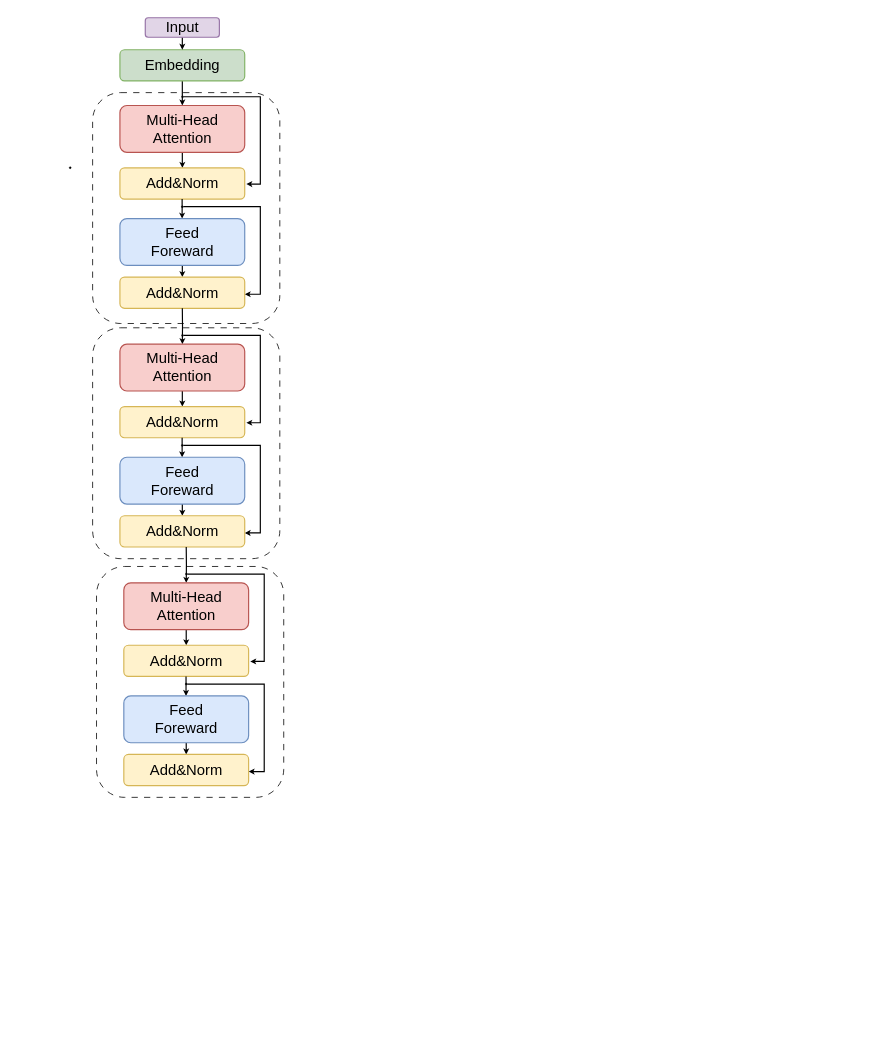
Above: trans.drawio in paprika0741/Plot (draw.io), before the change. Source tidied: cells renumbered, new cells numbered last; positions are measured from the earlier drawing's top-left corner, leaving out a move shared by most shapes. Both pictures are drawn from the tidied source at 39%, with x=0, y=0 at pixel (7, 7).
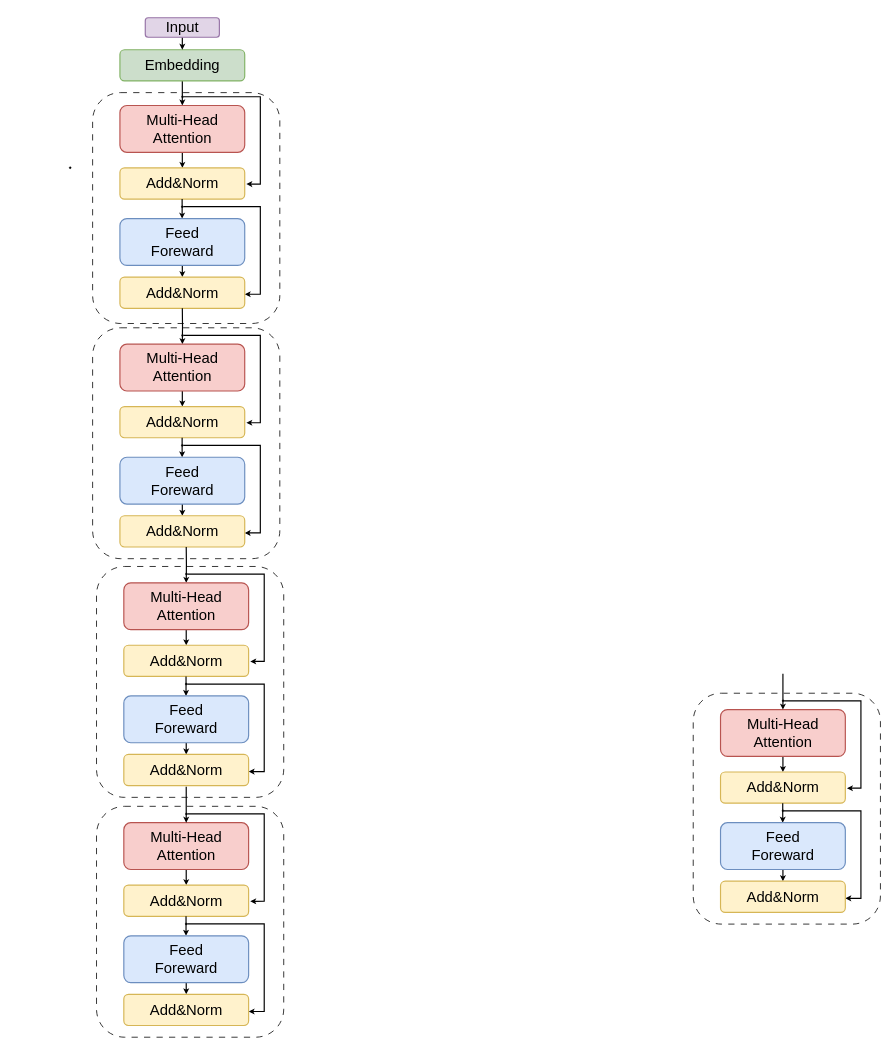
The same diagram, later.

Diff of the diagram source:
```diff
@@
+    <mxCell id="35" style="edgeStyle=orthogonalEdgeStyle;rounded=0;jettySize=auto;html=1;strokeWidth=3;" parent="1" edge="1" target="37">
+      <mxGeometry relative="1" as="geometry">
+        <mxPoint x="460" y="1385" as="sourcePoint" />
+      </mxGeometry>
+    </mxCell>
+    <mxCell id="48" style="rounded=1;whiteSpace=wrap;html=1;fillColor=none;strokeWidth=2;dashed=1;dashPattern=8 8;" parent="1" vertex="1">
+      <mxGeometry x="220" y="220" width="480" height="592" as="geometry" />
+    </mxCell>
+    <mxCell id="49" style="group;" parent="1" vertex="1">
+      <mxGeometry x="230" y="1435" width="480" height="592" as="geometry" />
+    </mxCell>
-    <mxCell id="34" style="rounded=1;whiteSpace=wrap;html=1;fillColor=none;strokeWidth=2;dashed=1;dashPattern=8 8;" parent="1" vertex="1">
-      <mxGeometry x="230" y="1435" width="480" height="592" as="geometry" />
+    <mxCell id="34" style="rounded=1;whiteSpace=wrap;html=1;fillColor=none;strokeWidth=2;dashed=1;dashPattern=8 8;" parent="49" vertex="1">
+      <mxGeometry width="480" height="592" as="geometry" />
     </mxCell>
-    <mxCell id="35" style="edgeStyle=orthogonalEdgeStyle;rounded=0;jettySize=auto;html=1;strokeWidth=3;" parent="1" edge="1" target="37">
-      <mxGeometry relative="1" as="geometry">
-        <mxPoint x="460" y="1385" as="sourcePoint" />
-      </mxGeometry>
-    </mxCell>
-    <mxCell id="36" style="edgeStyle=orthogonalEdgeStyle;rounded=0;jettySize=auto;html=1;strokeWidth=3;" parent="1" edge="1" source="37" target="38">
+    <mxCell id="36" style="edgeStyle=orthogonalEdgeStyle;rounded=0;jettySize=auto;html=1;strokeWidth=3;" parent="49" edge="1" source="37" target="38">
       <mxGeometry relative="1" as="geometry" />
     </mxCell>
-    <mxCell id="37" value="&lt;div&gt;&lt;font style=&quot;font-size: 38px;&quot;&gt;&lt;br&gt;&lt;/font&gt;&lt;/div&gt;&lt;font style=&quot;font-size: 38px;&quot;&gt;Multi-Head&lt;/font&gt;&lt;div&gt;&lt;span style=&quot;font-size: 38px;&quot;&gt;Attention&lt;br&gt;&lt;/span&gt;&lt;div&gt;&lt;font style=&quot;font-size: 38px;&quot;&gt;&lt;br&gt;&lt;/font&gt;&lt;/div&gt;&lt;/div&gt;" style="rounded=1;whiteSpace=wrap;html=1;fillColor=#f8cecc;strokeColor=#b85450;strokeWidth=3;" parent="1" vertex="1">
-      <mxGeometry x="300" y="1477" width="320" height="120" as="geometry" />
+    <mxCell id="37" value="&lt;div&gt;&lt;font style=&quot;font-size: 38px;&quot;&gt;&lt;br&gt;&lt;/font&gt;&lt;/div&gt;&lt;font style=&quot;font-size: 38px;&quot;&gt;Multi-Head&lt;/font&gt;&lt;div&gt;&lt;span style=&quot;font-size: 38px;&quot;&gt;Attention&lt;br&gt;&lt;/span&gt;&lt;div&gt;&lt;font style=&quot;font-size: 38px;&quot;&gt;&lt;br&gt;&lt;/font&gt;&lt;/div&gt;&lt;/div&gt;" style="rounded=1;whiteSpace=wrap;html=1;fillColor=#f8cecc;strokeColor=#b85450;strokeWidth=3;" parent="49" vertex="1">
+      <mxGeometry x="70" y="42" width="320" height="120" as="geometry" />
     </mxCell>
-    <mxCell id="38" value="&lt;font style=&quot;font-size: 38px;&quot;&gt;Add&amp;amp;Norm&lt;/font&gt;" style="rounded=1;whiteSpace=wrap;html=1;fillColor=#fff2cc;strokeColor=#d6b656;strokeWidth=3;" parent="1" vertex="1">
-      <mxGeometry x="300" y="1637" width="320" height="80" as="geometry" />
+    <mxCell id="38" value="&lt;font style=&quot;font-size: 38px;&quot;&gt;Add&amp;amp;Norm&lt;/font&gt;" style="rounded=1;whiteSpace=wrap;html=1;fillColor=#fff2cc;strokeColor=#d6b656;strokeWidth=3;" parent="49" vertex="1">
+      <mxGeometry x="70" y="202" width="320" height="80" as="geometry" />
     </mxCell>
-    <mxCell id="39" style="ellipse;whiteSpace=wrap;html=1;fillColor=#000000;" parent="1" vertex="1">
-      <mxGeometry x="458" y="1452" width="5" height="5" as="geometry" />
+    <mxCell id="39" style="ellipse;whiteSpace=wrap;html=1;fillColor=#000000;" parent="49" vertex="1">
+      <mxGeometry x="228" y="17" width="5" height="5" as="geometry" />
     </mxCell>
-    <mxCell id="40" style="edgeStyle=orthogonalEdgeStyle;rounded=0;jettySize=auto;html=1;exitX=1;exitY=0.5;exitDx=0;exitDy=0;entryX=1.013;entryY=0.519;entryDx=0;entryDy=0;entryPerimeter=0;strokeWidth=3;" parent="1" edge="1" source="39" target="38">
+    <mxCell id="40" style="edgeStyle=orthogonalEdgeStyle;rounded=0;jettySize=auto;html=1;exitX=1;exitY=0.5;exitDx=0;exitDy=0;entryX=1.013;entryY=0.519;entryDx=0;entryDy=0;entryPerimeter=0;strokeWidth=3;" parent="49" edge="1" source="39" target="38">
       <mxGeometry relative="1" as="geometry">
         <Array as="points">
-          <mxPoint x="660" y="1455" />
-          <mxPoint x="660" y="1679" />
+          <mxPoint x="430" y="20" />
+          <mxPoint x="430" y="244" />
         </Array>
       </mxGeometry>
     </mxCell>
-    <mxCell id="41" style="edgeStyle=orthogonalEdgeStyle;rounded=0;jettySize=auto;html=1;strokeWidth=3;" parent="1" edge="1" target="43">
+    <mxCell id="41" style="edgeStyle=orthogonalEdgeStyle;rounded=0;jettySize=auto;html=1;strokeWidth=3;" parent="49" edge="1" target="43">
       <mxGeometry relative="1" as="geometry">
-        <mxPoint x="459.5" y="1717" as="sourcePoint" />
+        <mxPoint x="229.5" y="282" as="sourcePoint" />
         <Array as="points">
-          <mxPoint x="460" y="1717" />
+          <mxPoint x="230" y="282" />
         </Array>
       </mxGeometry>
     </mxCell>
-    <mxCell id="42" style="edgeStyle=orthogonalEdgeStyle;rounded=0;jettySize=auto;html=1;strokeWidth=3;" parent="1" edge="1" source="43" target="46">
+    <mxCell id="42" style="edgeStyle=orthogonalEdgeStyle;rounded=0;jettySize=auto;html=1;strokeWidth=3;" parent="49" edge="1" source="43" target="46">
       <mxGeometry relative="1" as="geometry" />
     </mxCell>
-    <mxCell id="43" value="&lt;div&gt;&lt;font style=&quot;font-size: 38px;&quot;&gt;&lt;br&gt;&lt;/font&gt;&lt;/div&gt;&lt;font style=&quot;font-size: 38px;&quot;&gt;Feed&lt;/font&gt;&lt;div&gt;&lt;span style=&quot;font-size: 38px;&quot;&gt;Foreward&lt;br&gt;&lt;/span&gt;&lt;div&gt;&lt;font style=&quot;font-size: 38px;&quot;&gt;&lt;br&gt;&lt;/font&gt;&lt;/div&gt;&lt;/div&gt;" style="rounded=1;whiteSpace=wrap;html=1;fillColor=#dae8fc;strokeColor=#6c8ebf;strokeWidth=3;points=[[0,0,0,0,0],[0,0.25,0,0,0],[0,0.5,0,0,0],[0,0.75,0,0,0],[0,1,0,0,0],[0.25,0,0,0,0],[0.25,1,0,0,0],[0.5,0,0,0,0],[0.5,1,0,0,0],[0.75,0,0,0,0],[0.75,1,0,0,0],[1,0,0,0,0],[1,0.25,0,0,0],[1,0.5,0,0,0],[1,0.75,0,0,0],[1,1,0,0,0]];" parent="1" vertex="1">
-      <mxGeometry x="300" y="1767" width="320" height="120" as="geometry" />
+    <mxCell id="43" value="&lt;div&gt;&lt;font style=&quot;font-size: 38px;&quot;&gt;&lt;br&gt;&lt;/font&gt;&lt;/div&gt;&lt;font style=&quot;font-size: 38px;&quot;&gt;Feed&lt;/font&gt;&lt;div&gt;&lt;span style=&quot;font-size: 38px;&quot;&gt;Foreward&lt;br&gt;&lt;/span&gt;&lt;div&gt;&lt;font style=&quot;font-size: 38px;&quot;&gt;&lt;br&gt;&lt;/font&gt;&lt;/div&gt;&lt;/div&gt;" style="rounded=1;whiteSpace=wrap;html=1;fillColor=#dae8fc;strokeColor=#6c8ebf;strokeWidth=3;points=[[0,0,0,0,0],[0,0.25,0,0,0],[0,0.5,0,0,0],[0,0.75,0,0,0],[0,1,0,0,0],[0.25,0,0,0,0],[0.25,1,0,0,0],[0.5,0,0,0,0],[0.5,1,0,0,0],[0.75,0,0,0,0],[0.75,1,0,0,0],[1,0,0,0,0],[1,0.25,0,0,0],[1,0.5,0,0,0],[1,0.75,0,0,0],[1,1,0,0,0]];" parent="49" vertex="1">
+      <mxGeometry x="70" y="332" width="320" height="120" as="geometry" />
     </mxCell>
-    <mxCell id="44" style="ellipse;whiteSpace=wrap;html=1;fillColor=#000000;" parent="1" vertex="1">
-      <mxGeometry x="457.5" y="1734" width="5" height="5" as="geometry" />
+    <mxCell id="44" style="ellipse;whiteSpace=wrap;html=1;fillColor=#000000;" parent="49" vertex="1">
+      <mxGeometry x="227.5" y="299" width="5" height="5" as="geometry" />
     </mxCell>
-    <mxCell id="45" style="edgeStyle=orthogonalEdgeStyle;rounded=0;jettySize=auto;html=1;exitX=1;exitY=0.5;exitDx=0;exitDy=0;strokeWidth=3;" parent="1" edge="1" source="44" target="46">
+    <mxCell id="45" style="edgeStyle=orthogonalEdgeStyle;rounded=0;jettySize=auto;html=1;exitX=1;exitY=0.5;exitDx=0;exitDy=0;strokeWidth=3;" parent="49" edge="1" source="44" target="46">
       <mxGeometry relative="1" as="geometry">
         <Array as="points">
-          <mxPoint x="660" y="1737" />
-          <mxPoint x="660" y="1961" />
+          <mxPoint x="430" y="302" />
+          <mxPoint x="430" y="526" />
         </Array>
       </mxGeometry>
     </mxCell>
-    <mxCell id="46" value="&lt;font style=&quot;font-size: 38px;&quot;&gt;Add&amp;amp;Norm&lt;/font&gt;" style="rounded=1;whiteSpace=wrap;html=1;fillColor=#fff2cc;strokeColor=#d6b656;strokeWidth=3;" parent="1" vertex="1">
-      <mxGeometry x="300" y="1917" width="320" height="80" as="geometry" />
+    <mxCell id="46" value="&lt;font style=&quot;font-size: 38px;&quot;&gt;Add&amp;amp;Norm&lt;/font&gt;" style="rounded=1;whiteSpace=wrap;html=1;fillColor=#fff2cc;strokeColor=#d6b656;strokeWidth=3;" parent="49" vertex="1">
+      <mxGeometry x="70" y="482" width="320" height="80" as="geometry" />
     </mxCell>
-    <mxCell id="47" style="edgeStyle=orthogonalEdgeStyle;rounded=0;orthogonalLoop=1;jettySize=auto;html=1;exitX=0.5;exitY=1;exitDx=0;exitDy=0;" parent="1" edge="1" source="43" target="43">
+    <mxCell id="47" style="edgeStyle=orthogonalEdgeStyle;rounded=0;orthogonalLoop=1;jettySize=auto;html=1;exitX=0.5;exitY=1;exitDx=0;exitDy=0;" parent="49" edge="1" source="43" target="43">
       <mxGeometry relative="1" as="geometry" />
     </mxCell>
-    <mxCell id="48" style="rounded=1;whiteSpace=wrap;html=1;fillColor=none;strokeWidth=2;dashed=1;dashPattern=8 8;" parent="1" vertex="1">
-      <mxGeometry x="220" y="220" width="480" height="592" as="geometry" />
-    </mxCell>
+    <mxCell id="50" style="group;" parent="1" vertex="1">
+      <mxGeometry x="1760" y="1710" width="480" height="642" as="geometry" />
+    </mxCell>
+    <mxCell id="51" style="group;" parent="50" vertex="1">
+      <mxGeometry y="50" width="480" height="592" as="geometry" />
+    </mxCell>
+    <mxCell id="52" style="rounded=1;whiteSpace=wrap;html=1;fillColor=none;strokeWidth=2;dashed=1;dashPattern=8 8;" parent="51" vertex="1">
+      <mxGeometry width="480" height="592" as="geometry" />
+    </mxCell>
+    <mxCell id="53" style="edgeStyle=orthogonalEdgeStyle;rounded=0;jettySize=auto;html=1;strokeWidth=3;" parent="51" edge="1" source="54" target="55">
+      <mxGeometry relative="1" as="geometry" />
+    </mxCell>
+    <mxCell id="54" value="&lt;div&gt;&lt;font style=&quot;font-size: 38px;&quot;&gt;&lt;br&gt;&lt;/font&gt;&lt;/div&gt;&lt;font style=&quot;font-size: 38px;&quot;&gt;Multi-Head&lt;/font&gt;&lt;div&gt;&lt;span style=&quot;font-size: 38px;&quot;&gt;Attention&lt;br&gt;&lt;/span&gt;&lt;div&gt;&lt;font style=&quot;font-size: 38px;&quot;&gt;&lt;br&gt;&lt;/font&gt;&lt;/div&gt;&lt;/div&gt;" style="rounded=1;whiteSpace=wrap;html=1;fillColor=#f8cecc;strokeColor=#b85450;strokeWidth=3;" parent="51" vertex="1">
+      <mxGeometry x="70" y="42" width="320" height="120" as="geometry" />
+    </mxCell>
+    <mxCell id="55" value="&lt;font style=&quot;font-size: 38px;&quot;&gt;Add&amp;amp;Norm&lt;/font&gt;" style="rounded=1;whiteSpace=wrap;html=1;fillColor=#fff2cc;strokeColor=#d6b656;strokeWidth=3;" parent="51" vertex="1">
+      <mxGeometry x="70" y="202" width="320" height="80" as="geometry" />
+    </mxCell>
+    <mxCell id="56" style="ellipse;whiteSpace=wrap;html=1;fillColor=#000000;" parent="51" vertex="1">
+      <mxGeometry x="228" y="17" width="5" height="5" as="geometry" />
+    </mxCell>
+    <mxCell id="57" style="edgeStyle=orthogonalEdgeStyle;rounded=0;jettySize=auto;html=1;exitX=1;exitY=0.5;exitDx=0;exitDy=0;entryX=1.013;entryY=0.519;entryDx=0;entryDy=0;entryPerimeter=0;strokeWidth=3;" parent="51" edge="1" source="56" target="55">
+      <mxGeometry relative="1" as="geometry">
+        <Array as="points">
+          <mxPoint x="430" y="20" />
+          <mxPoint x="430" y="244" />
+        </Array>
+      </mxGeometry>
+    </mxCell>
+    <mxCell id="58" style="edgeStyle=orthogonalEdgeStyle;rounded=0;jettySize=auto;html=1;strokeWidth=3;" parent="51" edge="1" target="60">
+      <mxGeometry relative="1" as="geometry">
+        <mxPoint x="229.5" y="282" as="sourcePoint" />
+        <Array as="points">
+          <mxPoint x="230" y="282" />
+        </Array>
+      </mxGeometry>
+    </mxCell>
+    <mxCell id="59" style="edgeStyle=orthogonalEdgeStyle;rounded=0;jettySize=auto;html=1;strokeWidth=3;" parent="51" edge="1" source="60" target="63">
+      <mxGeometry relative="1" as="geometry" />
+    </mxCell>
+    <mxCell id="60" value="&lt;div&gt;&lt;font style=&quot;font-size: 38px;&quot;&gt;&lt;br&gt;&lt;/font&gt;&lt;/div&gt;&lt;font style=&quot;font-size: 38px;&quot;&gt;Feed&lt;/font&gt;&lt;div&gt;&lt;span style=&quot;font-size: 38px;&quot;&gt;Foreward&lt;br&gt;&lt;/span&gt;&lt;div&gt;&lt;font style=&quot;font-size: 38px;&quot;&gt;&lt;br&gt;&lt;/font&gt;&lt;/div&gt;&lt;/div&gt;" style="rounded=1;whiteSpace=wrap;html=1;fillColor=#dae8fc;strokeColor=#6c8ebf;strokeWidth=3;points=[[0,0,0,0,0],[0,0.25,0,0,0],[0,0.5,0,0,0],[0,0.75,0,0,0],[0,1,0,0,0],[0.25,0,0,0,0],[0.25,1,0,0,0],[0.5,0,0,0,0],[0.5,1,0,0,0],[0.75,0,0,0,0],[0.75,1,0,0,0],[1,0,0,0,0],[1,0.25,0,0,0],[1,0.5,0,0,0],[1,0.75,0,0,0],[1,1,0,0,0]];" parent="51" vertex="1">
+      <mxGeometry x="70" y="332" width="320" height="120" as="geometry" />
+    </mxCell>
+    <mxCell id="61" style="ellipse;whiteSpace=wrap;html=1;fillColor=#000000;" parent="51" vertex="1">
+      <mxGeometry x="227.5" y="299" width="5" height="5" as="geometry" />
+    </mxCell>
+    <mxCell id="62" style="edgeStyle=orthogonalEdgeStyle;rounded=0;jettySize=auto;html=1;exitX=1;exitY=0.5;exitDx=0;exitDy=0;strokeWidth=3;" parent="51" edge="1" source="61" target="63">
+      <mxGeometry relative="1" as="geometry">
+        <Array as="points">
+          <mxPoint x="430" y="302" />
+          <mxPoint x="430" y="526" />
+        </Array>
+      </mxGeometry>
+    </mxCell>
+    <mxCell id="63" value="&lt;font style=&quot;font-size: 38px;&quot;&gt;Add&amp;amp;Norm&lt;/font&gt;" style="rounded=1;whiteSpace=wrap;html=1;fillColor=#fff2cc;strokeColor=#d6b656;strokeWidth=3;" parent="51" vertex="1">
+      <mxGeometry x="70" y="482" width="320" height="80" as="geometry" />
+    </mxCell>
+    <mxCell id="64" style="edgeStyle=orthogonalEdgeStyle;rounded=0;orthogonalLoop=1;jettySize=auto;html=1;exitX=0.5;exitY=1;exitDx=0;exitDy=0;" parent="51" edge="1" source="60" target="60">
+      <mxGeometry relative="1" as="geometry" />
+    </mxCell>
+    <mxCell id="65" style="edgeStyle=orthogonalEdgeStyle;rounded=0;orthogonalLoop=1;jettySize=auto;html=1;strokeWidth=3;" parent="50" edge="1">
+      <mxGeometry relative="1" as="geometry">
+        <mxPoint x="230" as="sourcePoint" />
+        <mxPoint x="230" y="92" as="targetPoint" />
+      </mxGeometry>
+    </mxCell>
+    <mxCell id="66" style="group;" parent="1" vertex="1">
+      <mxGeometry x="230" y="2000" width="480" height="642" as="geometry" />
+    </mxCell>
+    <mxCell id="67" style="group;" parent="66" vertex="1">
+      <mxGeometry y="50" width="480" height="592" as="geometry" />
+    </mxCell>
+    <mxCell id="68" style="rounded=1;whiteSpace=wrap;html=1;fillColor=none;strokeWidth=2;dashed=1;dashPattern=8 8;" parent="67" vertex="1">
+      <mxGeometry width="480" height="592" as="geometry" />
+    </mxCell>
+    <mxCell id="69" style="edgeStyle=orthogonalEdgeStyle;rounded=0;jettySize=auto;html=1;strokeWidth=3;" parent="67" edge="1" source="70" target="71">
+      <mxGeometry relative="1" as="geometry" />
+    </mxCell>
+    <mxCell id="70" value="&lt;div&gt;&lt;font style=&quot;font-size: 38px;&quot;&gt;&lt;br&gt;&lt;/font&gt;&lt;/div&gt;&lt;font style=&quot;font-size: 38px;&quot;&gt;Multi-Head&lt;/font&gt;&lt;div&gt;&lt;span style=&quot;font-size: 38px;&quot;&gt;Attention&lt;br&gt;&lt;/span&gt;&lt;div&gt;&lt;font style=&quot;font-size: 38px;&quot;&gt;&lt;br&gt;&lt;/font&gt;&lt;/div&gt;&lt;/div&gt;" style="rounded=1;whiteSpace=wrap;html=1;fillColor=#f8cecc;strokeColor=#b85450;strokeWidth=3;" parent="67" vertex="1">
+      <mxGeometry x="70" y="42" width="320" height="120" as="geometry" />
+    </mxCell>
+    <mxCell id="71" value="&lt;font style=&quot;font-size: 38px;&quot;&gt;Add&amp;amp;Norm&lt;/font&gt;" style="rounded=1;whiteSpace=wrap;html=1;fillColor=#fff2cc;strokeColor=#d6b656;strokeWidth=3;" parent="67" vertex="1">
+      <mxGeometry x="70" y="202" width="320" height="80" as="geometry" />
+    </mxCell>
+    <mxCell id="72" style="ellipse;whiteSpace=wrap;html=1;fillColor=#000000;" parent="67" vertex="1">
+      <mxGeometry x="228" y="17" width="5" height="5" as="geometry" />
+    </mxCell>
+    <mxCell id="73" style="edgeStyle=orthogonalEdgeStyle;rounded=0;jettySize=auto;html=1;exitX=1;exitY=0.5;exitDx=0;exitDy=0;entryX=1.013;entryY=0.519;entryDx=0;entryDy=0;entryPerimeter=0;strokeWidth=3;" parent="67" edge="1" source="72" target="71">
+      <mxGeometry relative="1" as="geometry">
+        <Array as="points">
+          <mxPoint x="430" y="20" />
+          <mxPoint x="430" y="244" />
+        </Array>
+      </mxGeometry>
+    </mxCell>
+    <mxCell id="74" style="edgeStyle=orthogonalEdgeStyle;rounded=0;jettySize=auto;html=1;strokeWidth=3;" parent="67" edge="1" target="76">
+      <mxGeometry relative="1" as="geometry">
+        <mxPoint x="229.5" y="282" as="sourcePoint" />
+        <Array as="points">
+          <mxPoint x="230" y="282" />
+        </Array>
+      </mxGeometry>
+    </mxCell>
+    <mxCell id="75" style="edgeStyle=orthogonalEdgeStyle;rounded=0;jettySize=auto;html=1;strokeWidth=3;" parent="67" edge="1" source="76" target="79">
+      <mxGeometry relative="1" as="geometry" />
+    </mxCell>
+    <mxCell id="76" value="&lt;div&gt;&lt;font style=&quot;font-size: 38px;&quot;&gt;&lt;br&gt;&lt;/font&gt;&lt;/div&gt;&lt;font style=&quot;font-size: 38px;&quot;&gt;Feed&lt;/font&gt;&lt;div&gt;&lt;span style=&quot;font-size: 38px;&quot;&gt;Foreward&lt;br&gt;&lt;/span&gt;&lt;div&gt;&lt;font style=&quot;font-size: 38px;&quot;&gt;&lt;br&gt;&lt;/font&gt;&lt;/div&gt;&lt;/div&gt;" style="rounded=1;whiteSpace=wrap;html=1;fillColor=#dae8fc;strokeColor=#6c8ebf;strokeWidth=3;points=[[0,0,0,0,0],[0,0.25,0,0,0],[0,0.5,0,0,0],[0,0.75,0,0,0],[0,1,0,0,0],[0.25,0,0,0,0],[0.25,1,0,0,0],[0.5,0,0,0,0],[0.5,1,0,0,0],[0.75,0,0,0,0],[0.75,1,0,0,0],[1,0,0,0,0],[1,0.25,0,0,0],[1,0.5,0,0,0],[1,0.75,0,0,0],[1,1,0,0,0]];" parent="67" vertex="1">
+      <mxGeometry x="70" y="332" width="320" height="120" as="geometry" />
+    </mxCell>
+    <mxCell id="77" style="ellipse;whiteSpace=wrap;html=1;fillColor=#000000;" parent="67" vertex="1">
+      <mxGeometry x="227.5" y="299" width="5" height="5" as="geometry" />
+    </mxCell>
+    <mxCell id="78" style="edgeStyle=orthogonalEdgeStyle;rounded=0;jettySize=auto;html=1;exitX=1;exitY=0.5;exitDx=0;exitDy=0;strokeWidth=3;" parent="67" edge="1" source="77" target="79">
+      <mxGeometry relative="1" as="geometry">
+        <Array as="points">
+          <mxPoint x="430" y="302" />
+          <mxPoint x="430" y="526" />
+        </Array>
+      </mxGeometry>
+    </mxCell>
+    <mxCell id="79" value="&lt;font style=&quot;font-size: 38px;&quot;&gt;Add&amp;amp;Norm&lt;/font&gt;" style="rounded=1;whiteSpace=wrap;html=1;fillColor=#fff2cc;strokeColor=#d6b656;strokeWidth=3;" parent="67" vertex="1">
+      <mxGeometry x="70" y="482" width="320" height="80" as="geometry" />
+    </mxCell>
+    <mxCell id="80" style="edgeStyle=orthogonalEdgeStyle;rounded=0;orthogonalLoop=1;jettySize=auto;html=1;exitX=0.5;exitY=1;exitDx=0;exitDy=0;" parent="67" edge="1" source="76" target="76">
+      <mxGeometry relative="1" as="geometry" />
+    </mxCell>
+    <mxCell id="81" style="edgeStyle=orthogonalEdgeStyle;rounded=0;orthogonalLoop=1;jettySize=auto;html=1;strokeWidth=3;" parent="66" edge="1">
+      <mxGeometry relative="1" as="geometry">
+        <mxPoint x="230" as="sourcePoint" />
+        <mxPoint x="230" y="92" as="targetPoint" />
+      </mxGeometry>
+    </mxCell>
```
